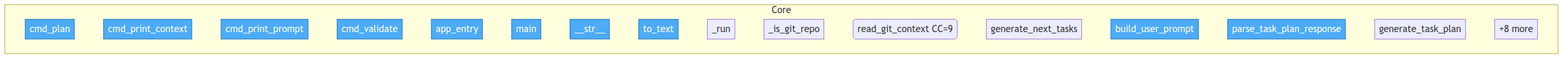
This is project/flow.png from semcod/nxdo, a Mermaid export, as it was before one commit. Its source is kept beside it as project/flow.mmd. Its diagram source:
```mermaid
flowchart TD

    classDef entry fill:#4dabf7,stroke:#1971c2,color:#fff

    subgraph Core
        src__lane__cli__cmd_plan["cmd_plan"]
        src__lane__cli__cmd_print_context["cmd_print_context"]
        src__lane__cli__cmd_print_prompt["cmd_print_prompt"]
        src__lane__cli__cmd_validate["cmd_validate"]
        src__lane__cli__app_entry["app_entry"]
        src__lane__cli__main["main"]
        src__lane__git_reader__CommitInfo____str__["__str__"]
        src__lane__git_reader__GitContext__to_text["to_text"]
        src__lane__git_reader___run["_run"]
        src__lane__git_reader___is_git_repo["_is_git_repo"]
        src__lane__git_reader__read_git_context("read_git_context CC=9")
        src__lane__planner__generate_next_tasks["generate_next_tasks"]
        src__lane__llm_client__build_user_prompt["build_user_prompt"]
        src__lane__llm_client__parse_task_plan_response["parse_task_plan_response"]
        src__lane__llm_client__OpenAICompatibleLLMClient__generate_task_plan["generate_task_plan"]
        ...["+8 more"]
    end

    class src__lane__cli__cmd_plan,src__lane__cli__cmd_print_context,src__lane__cli__cmd_print_prompt,src__lane__cli__cmd_validate,src__lane__cli__app_entry,src__lane__cli__main,src__lane__git_reader__CommitInfo____str__,src__lane__git_reader__GitContext__to_text,src__lane__llm_client__build_user_prompt,src__lane__llm_client__parse_task_plan_response entry
```
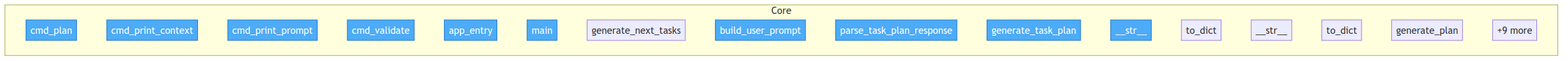
Above is the later version.

Change to the diagram source:
```diff
@@ -9,16 +9,16 @@
         src__lane__cli__cmd_validate["cmd_validate"]
         src__lane__cli__app_entry["app_entry"]
         src__lane__cli__main["main"]
-        src__lane__git_reader__CommitInfo____str__["__str__"]
-        src__lane__git_reader__GitContext__to_text["to_text"]
-        src__lane__git_reader___run["_run"]
-        src__lane__git_reader___is_git_repo["_is_git_repo"]
-        src__lane__git_reader__read_git_context("read_git_context CC=9")
         src__lane__planner__generate_next_tasks["generate_next_tasks"]
         src__lane__llm_client__build_user_prompt["build_user_prompt"]
         src__lane__llm_client__parse_task_plan_response["parse_task_plan_response"]
         src__lane__llm_client__OpenAICompatibleLLMClient__generate_task_plan["generate_task_plan"]
-        ...["+8 more"]
+        src__lane__models__Task____str__["__str__"]
+        src__lane__models__Task__to_dict["to_dict"]
+        src__lane__models__TaskPlan____str__["__str__"]
+        src__lane__models__TaskPlan__to_dict["to_dict"]
+        src__lane__providers__base__LLMProvider__generate_plan["generate_plan"]
+        ...["+9 more"]
     end
 
-    class src__lane__cli__cmd_plan,src__lane__cli__cmd_print_context,src__lane__cli__cmd_print_prompt,src__lane__cli__cmd_validate,src__lane__cli__app_entry,src__lane__cli__main,src__lane__git_reader__CommitInfo____str__,src__lane__git_reader__GitContext__to_text,src__lane__llm_client__build_user_prompt,src__lane__llm_client__parse_task_plan_response entry
+    class src__lane__cli__cmd_plan,src__lane__cli__cmd_print_context,src__lane__cli__cmd_print_prompt,src__lane__cli__cmd_validate,src__lane__cli__app_entry,src__lane__cli__main,src__lane__llm_client__build_user_prompt,src__lane__llm_client__parse_task_plan_response,src__lane__llm_client__OpenAICompatibleLLMClient__generate_task_plan,src__lane__models__Task____str__ entry
```
